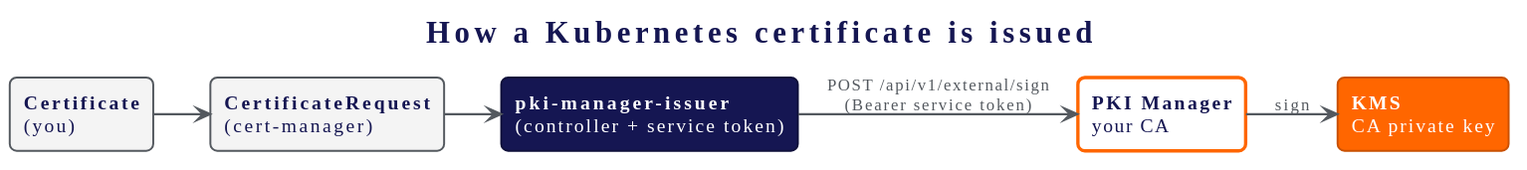
The PlantUML diagram docs/diagrams/svg/12-k8s-issuer-flow.svg in oriolrius/pki-manager-web, before a commit. Its diagram source:
```plantuml
@startuml

skinparam backgroundColor #FFFFFF
skinparam defaultFontName Ubuntu
skinparam defaultFontSize 14
skinparam defaultFontColor #575757
skinparam defaultMonospacedFontName "Ubuntu Mono"
skinparam shadowing false
skinparam roundcorner 10
skinparam nodesep 30
skinparam ranksep 40
skinparam packageStyle rectangle
skinparam componentStyle rectangle
hide stereotype
hide empty description

skinparam ArrowColor #54595F
skinparam ArrowThickness 1.6
skinparam ArrowFontName Ubuntu
skinparam ArrowFontSize 12
skinparam ArrowFontColor #54595F

skinparam title {
  FontName Ubuntu
  FontSize 22
  FontStyle bold
  FontColor #151652
}
skinparam caption {
  FontSize 12
  FontColor #7A7A7A
}

skinparam package {
  BackgroundColor #F4F4F4
  BorderColor #D5D6D7
  BorderThickness 1.2
  FontColor #151652
  FontSize 15
  FontStyle bold
}
skinparam frame {
  BackgroundColor #FFFFFF
  BorderColor #D5D6D7
  FontColor #151652
  FontStyle bold
}

skinparam rectangle {
  BackgroundColor #FFFFFF
  BorderColor #151652
  BorderThickness 1.4
  FontColor #151652

  BackgroundColor<<user>> #FF6600
  BorderColor<<user>> #C95000
  FontColor<<user>> #FFFFFF

  BackgroundColor<<host>> #0C8760
  BorderColor<<host>> #0A7C58
  FontColor<<host>> #FFFFFF

  BackgroundColor<<machine>> #151652
  BorderColor<<machine>> #0E0F3A
  FontColor<<machine>> #FFFFFF

  BackgroundColor<<file>> #F4F4F4
  BorderColor<<file>> #54595F
  FontColor<<file>> #151652

  BackgroundColor<<pki>> #FFFFFF
  BorderColor<<pki>> #FF6600
  BorderThickness<<pki>> 2.4
  FontColor<<pki>> #151652

  BackgroundColor<<danger>> #FDECEC
  BorderColor<<danger>> #C62828
  FontColor<<danger>> #8E1B1B
}

skinparam file {
  BackgroundColor #F4F4F4
  BorderColor #54595F
  FontColor #151652
}

skinparam note {
  BackgroundColor #FFF4EC
  BorderColor #F46524
  FontColor #575757
}
skinparam legend {
  BackgroundColor #F4F4F4
  BorderColor #D5D6D7
  FontColor #575757
}

skinparam sequence {
  ArrowColor #54595F
  LifeLineBorderColor #D5D6D7
  LifeLineBackgroundColor #F4F4F4
  ParticipantBackgroundColor #151652
  ParticipantBorderColor #0E0F3A
  ParticipantFontColor #FFFFFF
  ParticipantFontStyle bold
  ActorBackgroundColor #FF6600
  ActorBorderColor #C95000
  ActorFontColor #151652
  BoxBackgroundColor #F4F4F4
  BoxBorderColor #D5D6D7
  BoxFontColor #151652
  GroupBackgroundColor #F4F4F4
  GroupBorderColor #D5D6D7
  GroupHeaderFontColor #151652
  DividerBackgroundColor #F4F4F4
  DividerBorderColor #D5D6D7
  DividerFontColor #151652
  ReferenceBackgroundColor #F4F4F4
  ReferenceBorderColor #D5D6D7
}

skinparam activity {
  BackgroundColor #FFFFFF
  BorderColor #151652
  FontColor #151652
  DiamondBackgroundColor #F4F4F4
  DiamondBorderColor #54595F
  DiamondFontColor #151652
  StartColor #151652
  EndColor #151652
  BarColor #FF6600
}
skinparam partition {
  BackgroundColor #F4F4F4
  BorderColor #D5D6D7
  FontColor #151652
}

skinparam state {
  BackgroundColor #FFFFFF
  BorderColor #151652
  FontColor #151652
  StartColor #151652
  EndColor #151652
  BackgroundColor<<good>> #E7F6F0
  BorderColor<<good>> #0C8760
  BackgroundColor<<warn>> #FFF4EC
  BorderColor<<warn>> #C95000
  BackgroundColor<<bad>> #FDECEC
  BorderColor<<bad>> #C62828
}

!$ORANGE = "#FF6600"
!$ORANGE_INK = "#C95000"
!$GREEN = "#0C8760"
!$NAVY = "#151652"
!$SLATE = "#54595F"
!$RED = "#C62828"

title How a Kubernetes certificate is issued
left to right direction
rectangle "**Certificate**\n(you)" as cert <<file>>
rectangle "**CertificateRequest**\n(cert-manager)" as cr <<file>>
rectangle "**pki-manager-issuer**\n(controller + service token)" as iss <<machine>>
rectangle "**PKI Manager**\nyour CA" as pki <<pki>>
rectangle "**KMS**\nCA private key" as kms <<user>>
cert --> cr
cr --> iss
iss --> pki : POST /api/v1/external/sign\n(Bearer service token)
pki --> kms : sign
@enduml
```
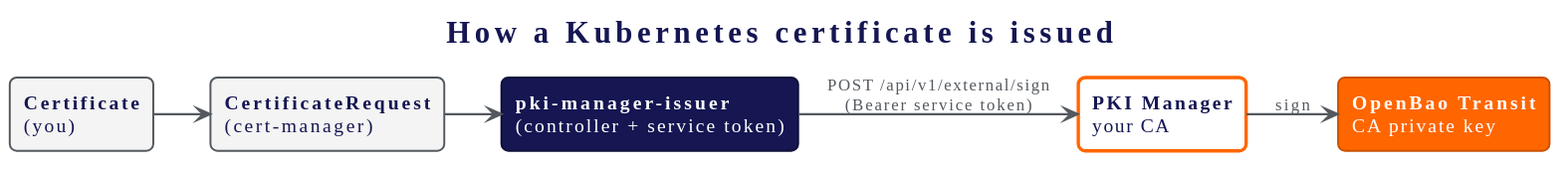
Above is the later version.

The edit, as a diff of the source:
```diff
@@ -163,7 +163,7 @@
 rectangle "**CertificateRequest**\n(cert-manager)" as cr <<file>>
 rectangle "**pki-manager-issuer**\n(controller + service token)" as iss <<machine>>
 rectangle "**PKI Manager**\nyour CA" as pki <<pki>>
-rectangle "**KMS**\nCA private key" as kms <<user>>
+rectangle "**OpenBao Transit**\nCA private key" as kms <<user>>
 cert --> cr
 cr --> iss
 iss --> pki : POST /api/v1/external/sign\n(Bearer service token)
```
